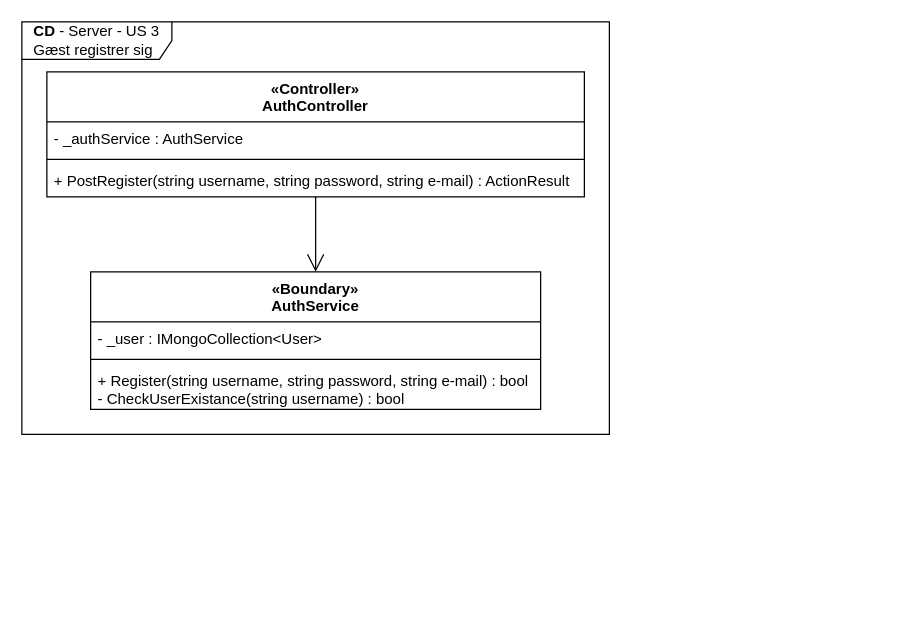
Above: page "CD-Server" (3 of 3) of diagrams/arkitektur/US3_register.drawio in Macradon/I7BAC-PlugNPlay (draw.io), before the change. Source tidied: cells renumbered, new cells numbered last; positions are measured from the earlier drawing's top-left corner, leaving out a move shared by most shapes. Both pictures are drawn from the tidied source at 125%, with x=0, y=0 at pixel (21, 21).
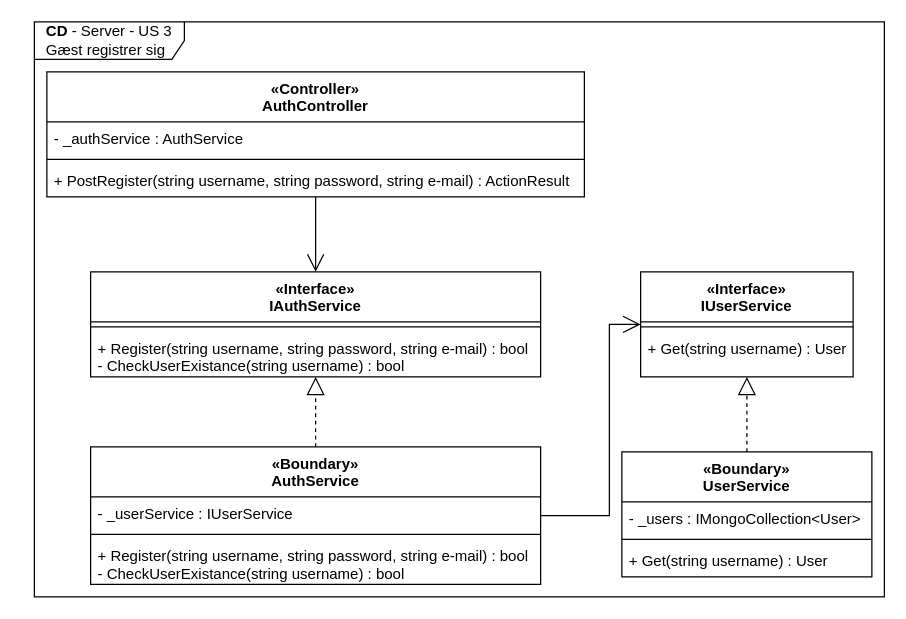
After the change.

Diff of the diagram source:
```diff
@@
     <mxCell id="2" value="&lt;div style=&quot;text-align: left&quot;&gt;&lt;b&gt;CD&lt;/b&gt;&amp;nbsp;- Server - US 3&lt;/div&gt;&lt;div style=&quot;text-align: left&quot;&gt;Gæst registrer sig&lt;/div&gt;" style="shape=umlFrame;whiteSpace=wrap;html=1;labelBackgroundColor=none;width=120;height=30;" parent="1" vertex="1">
-      <mxGeometry width="470" height="330" as="geometry" />
+      <mxGeometry x="10" width="680" height="460" as="geometry" />
     </mxCell>
@@
-    <mxCell id="8" value="«Boundary»&#10;AuthService" style="swimlane;fontStyle=1;align=center;verticalAlign=top;horizontal=1;startSize=40;" parent="1" vertex="1">
-      <mxGeometry x="55" y="200" width="360" height="110" as="geometry" />
+    <mxCell id="8" value="«Interface»&#10;IAuthService" style="swimlane;fontStyle=1;align=center;verticalAlign=top;horizontal=1;startSize=40;" parent="1" vertex="1">
+      <mxGeometry x="55" y="200" width="360" height="84" as="geometry" />
     </mxCell>
-    <mxCell id="9" value="- _user : IMongoCollection&lt;User&gt;" style="text;strokeColor=none;fillColor=none;align=left;verticalAlign=top;spacingLeft=4;spacingRight=4;overflow=hidden;" parent="8" vertex="1">
-      <mxGeometry y="40" width="360" height="26" as="geometry" />
-    </mxCell>
     <mxCell id="10" style="line;strokeWidth=1;fillColor=none;align=left;verticalAlign=middle;spacingTop=-1;spacingLeft=3;spacingRight=3;labelPosition=right;" parent="8" vertex="1">
-      <mxGeometry y="66" width="360" height="8" as="geometry" />
+      <mxGeometry y="40" width="360" height="8" as="geometry" />
     </mxCell>
     <mxCell id="11" value="+ Register(string username, string password, string e-mail) : bool&#10;- CheckUserExistance(string username) : bool" style="text;strokeColor=none;fillColor=none;align=left;verticalAlign=top;spacingLeft=4;spacingRight=4;overflow=hidden;" parent="8" vertex="1">
-      <mxGeometry y="74" width="360" height="36" as="geometry" />
+      <mxGeometry y="48" width="360" height="36" as="geometry" />
     </mxCell>
+    <mxCell id="12" style="edgeStyle=orthogonalEdgeStyle;rounded=0;jettySize=auto;html=1;endArrow=block;endFill=0;endSize=12;dashed=1;" parent="1" edge="1" source="17" target="8">
+      <mxGeometry relative="1" as="geometry" />
+    </mxCell>
+    <mxCell id="13" style="edgeStyle=orthogonalEdgeStyle;rounded=0;jettySize=auto;html=1;endArrow=open;endFill=0;endSize=12;" parent="1" edge="1" source="17" target="14">
+      <mxGeometry relative="1" as="geometry">
+        <Array as="points">
+          <mxPoint x="470" y="395" />
+          <mxPoint x="470" y="242" />
+        </Array>
+      </mxGeometry>
+    </mxCell>
+    <mxCell id="14" value="«Interface»&#10;IUserService" style="swimlane;fontStyle=1;align=center;verticalAlign=top;horizontal=1;startSize=40;" parent="1" vertex="1">
+      <mxGeometry x="495" y="200" width="170" height="84" as="geometry" />
+    </mxCell>
+    <mxCell id="15" style="line;strokeWidth=1;fillColor=none;align=left;verticalAlign=middle;spacingTop=-1;spacingLeft=3;spacingRight=3;labelPosition=right;" parent="14" vertex="1">
+      <mxGeometry y="40" width="170" height="8" as="geometry" />
+    </mxCell>
+    <mxCell id="16" value="+ Get(string username) : User" style="text;strokeColor=none;fillColor=none;align=left;verticalAlign=top;spacingLeft=4;spacingRight=4;overflow=hidden;" parent="14" vertex="1">
+      <mxGeometry y="48" width="170" height="36" as="geometry" />
+    </mxCell>
+    <mxCell id="17" value="«Boundary»&#10;AuthService" style="swimlane;fontStyle=1;align=center;verticalAlign=top;horizontal=1;startSize=40;" parent="1" vertex="1">
+      <mxGeometry x="55" y="340" width="360" height="110" as="geometry" />
+    </mxCell>
+    <mxCell id="18" value="- _userService : IUserService" style="text;strokeColor=none;fillColor=none;align=left;verticalAlign=top;spacingLeft=4;spacingRight=4;overflow=hidden;" parent="17" vertex="1">
+      <mxGeometry y="40" width="360" height="26" as="geometry" />
+    </mxCell>
+    <mxCell id="19" style="line;strokeWidth=1;fillColor=none;align=left;verticalAlign=middle;spacingTop=-1;spacingLeft=3;spacingRight=3;labelPosition=right;" parent="17" vertex="1">
+      <mxGeometry y="66" width="360" height="8" as="geometry" />
+    </mxCell>
+    <mxCell id="20" value="+ Register(string username, string password, string e-mail) : bool&#10;- CheckUserExistance(string username) : bool" style="text;strokeColor=none;fillColor=none;align=left;verticalAlign=top;spacingLeft=4;spacingRight=4;overflow=hidden;" parent="17" vertex="1">
+      <mxGeometry y="74" width="360" height="36" as="geometry" />
+    </mxCell>
+    <mxCell id="21" style="edgeStyle=orthogonalEdgeStyle;rounded=0;jettySize=auto;html=1;endArrow=block;endFill=0;endSize=12;dashed=1;" parent="1" edge="1" source="22" target="14">
+      <mxGeometry relative="1" as="geometry" />
+    </mxCell>
+    <mxCell id="22" value="«Boundary»&#10;UserService" style="swimlane;fontStyle=1;align=center;verticalAlign=top;horizontal=1;startSize=40;" parent="1" vertex="1">
+      <mxGeometry x="480" y="344" width="200" height="100" as="geometry" />
+    </mxCell>
+    <mxCell id="23" value="- _users : IMongoCollection&lt;User&gt;" style="text;strokeColor=none;fillColor=none;align=left;verticalAlign=top;spacingLeft=4;spacingRight=4;overflow=hidden;" parent="22" vertex="1">
+      <mxGeometry y="40" width="200" height="26" as="geometry" />
+    </mxCell>
+    <mxCell id="24" style="line;strokeWidth=1;fillColor=none;align=left;verticalAlign=middle;spacingTop=-1;spacingLeft=3;spacingRight=3;labelPosition=right;" parent="22" vertex="1">
+      <mxGeometry y="66" width="200" height="8" as="geometry" />
+    </mxCell>
+    <mxCell id="25" value="+ Get(string username) : User" style="text;strokeColor=none;fillColor=none;align=left;verticalAlign=top;spacingLeft=4;spacingRight=4;overflow=hidden;" parent="22" vertex="1">
+      <mxGeometry y="74" width="200" height="26" as="geometry" />
+    </mxCell>
```
